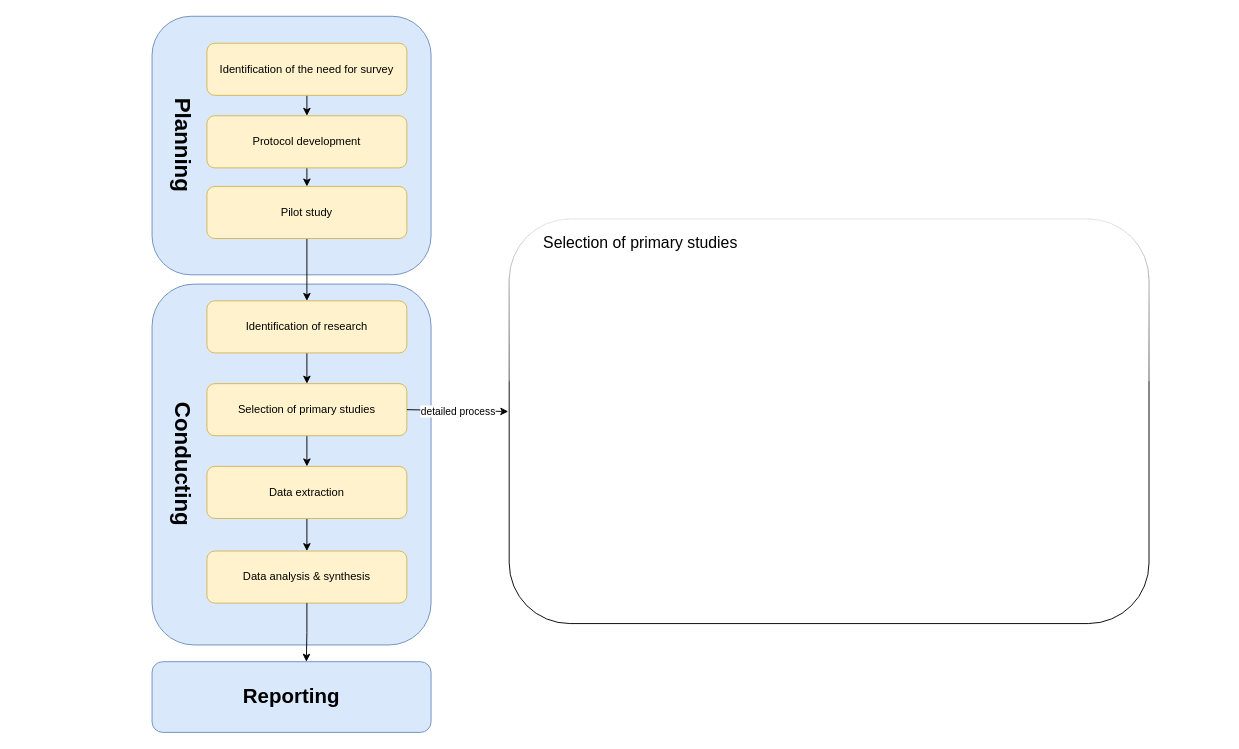
Micright/Lucas-Li keeps this draw.io diagram as Untitled Diagram.drawio. Above is the earlier version. Source tidied: cells renumbered, new cells numbered last; positions are measured from the earlier drawing's top-left corner, leaving out a move shared by most shapes. Both pictures are drawn from the tidied source at 93%, with x=0, y=0 at pixel (152, 16).
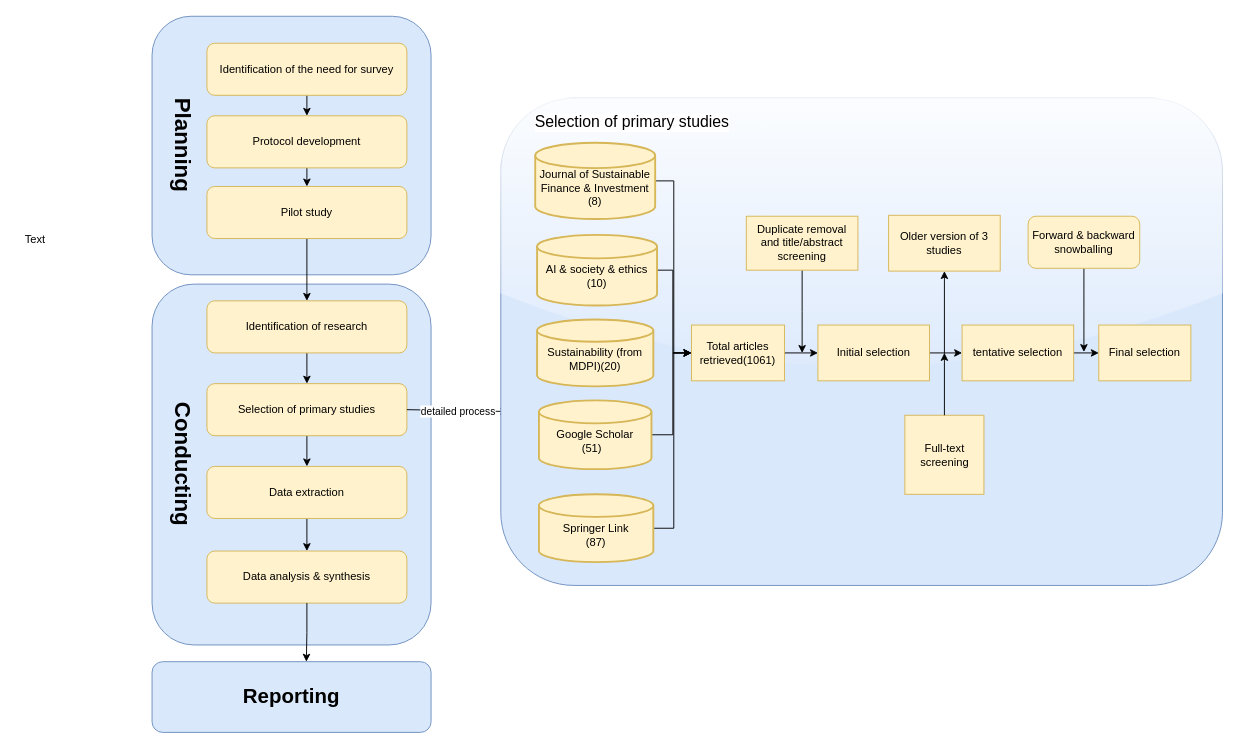
Above is the later version.

Diff of the diagram source:
```diff
@@
-    <mxCell id="21" value="&lt;span&gt;&lt;font style=&quot;font-size: 17px;&quot;&gt;Selection of primary studies&lt;/font&gt;&lt;/span&gt;" style="rounded=1;whiteSpace=wrap;html=1;align=left;glass=1;verticalAlign=top;spacingLeft=35;spacingTop=10;" parent="1" vertex="1">
-      <mxGeometry x="384" y="218" width="688" height="435" as="geometry" />
+    <mxCell id="21" value="&lt;span&gt;&lt;font style=&quot;font-size: 17px;&quot;&gt;Selection of primary studies&lt;/font&gt;&lt;/span&gt;" style="rounded=1;whiteSpace=wrap;html=1;align=left;glass=1;verticalAlign=top;spacingLeft=35;spacingTop=10;labelBackgroundColor=default;fillColor=#dae8fc;strokeColor=#6c8ebf;" parent="1" vertex="1">
+      <mxGeometry x="375" y="88" width="776" height="524" as="geometry" />
     </mxCell>
+    <mxCell id="22" style="edgeStyle=orthogonalEdgeStyle;rounded=0;jettySize=auto;html=1;exitX=1;exitY=0.5;exitDx=0;exitDy=0;exitPerimeter=0;entryX=0;entryY=0.5;entryDx=0;entryDy=0;" parent="1" edge="1" source="23" target="34">
+      <mxGeometry relative="1" as="geometry">
+        <Array as="points">
+          <mxPoint x="560" y="450" />
+          <mxPoint x="560" y="362" />
+        </Array>
+      </mxGeometry>
+    </mxCell>
+    <mxCell id="23" value="&lt;div&gt;&lt;br&gt;&lt;/div&gt;Google Scholar&lt;br&gt;(51)&amp;nbsp;&amp;nbsp;" style="strokeWidth=2;html=1;shape=mxgraph.flowchart.database;whiteSpace=wrap;fillColor=#fff2cc;strokeColor=#d6b656;" parent="1" vertex="1">
+      <mxGeometry x="416" y="413" width="121" height="74" as="geometry" />
+    </mxCell>
+    <mxCell id="24" style="edgeStyle=orthogonalEdgeStyle;rounded=0;jettySize=auto;html=1;exitX=1;exitY=0.5;exitDx=0;exitDy=0;exitPerimeter=0;entryX=0;entryY=0.5;entryDx=0;entryDy=0;" parent="1" edge="1" source="25" target="34">
+      <mxGeometry relative="1" as="geometry">
+        <Array as="points">
+          <mxPoint x="561" y="551" />
+          <mxPoint x="561" y="362" />
+        </Array>
+      </mxGeometry>
+    </mxCell>
+    <mxCell id="25" value="&lt;div&gt;&lt;br&gt;&lt;/div&gt;Springer Link&lt;br&gt;(87)" style="strokeWidth=2;html=1;shape=mxgraph.flowchart.database;whiteSpace=wrap;fillColor=#fff2cc;strokeColor=#d6b656;" parent="1" vertex="1">
+      <mxGeometry x="416" y="514" width="123" height="73" as="geometry" />
+    </mxCell>
+    <mxCell id="26" style="edgeStyle=orthogonalEdgeStyle;rounded=0;jettySize=auto;html=1;exitX=1;exitY=0.5;exitDx=0;exitDy=0;exitPerimeter=0;entryX=0;entryY=0.5;entryDx=0;entryDy=0;" parent="1" edge="1" source="27" target="34">
+      <mxGeometry relative="1" as="geometry">
+        <Array as="points">
+          <mxPoint x="561" y="177" />
+          <mxPoint x="561" y="362" />
+        </Array>
+      </mxGeometry>
+    </mxCell>
+    <mxCell id="27" value="&lt;div&gt;&lt;br&gt;&lt;/div&gt;Journal of Sustainable Finance &amp;amp; Investment&lt;div&gt;(8)&lt;/div&gt;" style="strokeWidth=2;html=1;shape=mxgraph.flowchart.database;whiteSpace=wrap;fillColor=#fff2cc;strokeColor=#d6b656;" parent="1" vertex="1">
+      <mxGeometry x="412" y="136" width="129" height="82" as="geometry" />
+    </mxCell>
+    <mxCell id="28" value="&lt;div&gt;&lt;br&gt;&lt;/div&gt;Sustainability (from MDPI)(20)" style="strokeWidth=2;html=1;shape=mxgraph.flowchart.database;whiteSpace=wrap;fillColor=#fff2cc;strokeColor=#d6b656;" parent="1" vertex="1">
+      <mxGeometry x="414" y="326" width="125" height="72" as="geometry" />
+    </mxCell>
+    <mxCell id="29" style="edgeStyle=orthogonalEdgeStyle;rounded=0;jettySize=auto;html=1;exitX=1;exitY=0.5;exitDx=0;exitDy=0;exitPerimeter=0;entryX=0;entryY=0.5;entryDx=0;entryDy=0;" parent="1" edge="1" source="30" target="34">
+      <mxGeometry relative="1" as="geometry">
+        <Array as="points">
+          <mxPoint x="560" y="273" />
+          <mxPoint x="560" y="362" />
+        </Array>
+      </mxGeometry>
+    </mxCell>
+    <mxCell id="30" value="&lt;div&gt;&lt;br&gt;&lt;/div&gt;AI &amp;amp; society &amp;amp; ethics (10)" style="strokeWidth=2;html=1;shape=mxgraph.flowchart.database;whiteSpace=wrap;fillColor=#fff2cc;strokeColor=#d6b656;" parent="1" vertex="1">
+      <mxGeometry x="414" y="235" width="129" height="76" as="geometry" />
+    </mxCell>
+    <mxCell id="31" value="Text" style="text;html=1;align=center;verticalAlign=middle;strokeColor=none;fillColor=none;" parent="1" vertex="1">
+      <mxGeometry x="-146" y="227" width="40" height="26" as="geometry" />
+    </mxCell>
+    <mxCell id="32" style="edgeStyle=orthogonalEdgeStyle;rounded=0;orthogonalLoop=1;jettySize=auto;html=1;exitX=0.5;exitY=1;exitDx=0;exitDy=0;" parent="1" edge="1" source="21" target="21">
+      <mxGeometry relative="1" as="geometry" />
+    </mxCell>
+    <mxCell id="33" style="edgeStyle=orthogonalEdgeStyle;rounded=0;jettySize=auto;html=1;exitX=1;exitY=0.5;exitDx=0;exitDy=0;entryX=0;entryY=0.5;entryDx=0;entryDy=0;" parent="1" edge="1" source="34" target="36">
+      <mxGeometry relative="1" as="geometry" />
+    </mxCell>
+    <mxCell id="34" value="Total articles retrieved(1061)" style="rounded=0;whiteSpace=wrap;html=1;fillColor=#fff2cc;strokeColor=#d6b656;" parent="1" vertex="1">
+      <mxGeometry x="580" y="332" width="100" height="60" as="geometry" />
+    </mxCell>
+    <mxCell id="35" style="edgeStyle=orthogonalEdgeStyle;rounded=0;jettySize=auto;html=1;exitX=1;exitY=0.5;exitDx=0;exitDy=0;entryX=0;entryY=0.5;entryDx=0;entryDy=0;" parent="1" edge="1" source="36" target="38">
+      <mxGeometry relative="1" as="geometry" />
+    </mxCell>
+    <mxCell id="36" value="Initial selection" style="rounded=0;whiteSpace=wrap;html=1;fillColor=#fff2cc;strokeColor=#d6b656;" parent="1" vertex="1">
+      <mxGeometry x="716" y="332" width="120" height="60" as="geometry" />
+    </mxCell>
+    <mxCell id="37" style="edgeStyle=orthogonalEdgeStyle;rounded=0;jettySize=auto;html=1;exitX=1;exitY=0.5;exitDx=0;exitDy=0;entryX=0;entryY=0.5;entryDx=0;entryDy=0;" parent="1" edge="1" source="38" target="39">
+      <mxGeometry relative="1" as="geometry" />
+    </mxCell>
+    <mxCell id="38" value="tentative selection" style="rounded=0;whiteSpace=wrap;html=1;fillColor=#fff2cc;strokeColor=#d6b656;" parent="1" vertex="1">
+      <mxGeometry x="871" y="332" width="120" height="60" as="geometry" />
+    </mxCell>
+    <mxCell id="39" value="Final selection" style="rounded=0;whiteSpace=wrap;html=1;fillColor=#fff2cc;strokeColor=#d6b656;" parent="1" vertex="1">
+      <mxGeometry x="1018" y="332" width="99" height="60" as="geometry" />
+    </mxCell>
+    <mxCell id="40" style="edgeStyle=orthogonalEdgeStyle;rounded=0;jettySize=auto;html=1;exitX=0.5;exitY=1;exitDx=0;exitDy=0;" parent="1" edge="1" source="41">
+      <mxGeometry relative="1" as="geometry">
+        <mxPoint x="699" y="362" as="targetPoint" />
+      </mxGeometry>
+    </mxCell>
+    <mxCell id="41" value="Duplicate removal and title/abstract screening" style="rounded=0;whiteSpace=wrap;html=1;fillColor=#fff2cc;strokeColor=#d6b656;" parent="1" vertex="1">
+      <mxGeometry x="639" y="215" width="120" height="58" as="geometry" />
+    </mxCell>
+    <mxCell id="42" value="Older version of 3 studies" style="rounded=0;whiteSpace=wrap;html=1;fillColor=#fff2cc;strokeColor=#d6b656;" parent="1" vertex="1">
+      <mxGeometry x="792" y="214" width="120" height="60" as="geometry" />
+    </mxCell>
+    <mxCell id="43" value="Full-text screening" style="whiteSpace=wrap;html=1;fillColor=#fff2cc;strokeColor=#d6b656;" parent="1" vertex="1">
+      <mxGeometry x="809.5" y="429" width="85" height="85" as="geometry" />
+    </mxCell>
+    <mxCell id="44" style="endArrow=classic;html=1;rounded=0;entryX=0.5;entryY=1;entryDx=0;entryDy=0;" parent="1" edge="1" target="42">
+      <mxGeometry relative="1" as="geometry">
+        <mxPoint x="852" y="363" as="sourcePoint" />
+      </mxGeometry>
+    </mxCell>
+    <mxCell id="45" style="endArrow=classic;html=1;rounded=0;exitX=0.5;exitY=0;exitDx=0;exitDy=0;" parent="1" edge="1" source="43">
+      <mxGeometry relative="1" as="geometry">
+        <mxPoint x="852" y="362" as="targetPoint" />
+      </mxGeometry>
+    </mxCell>
+    <mxCell id="46" style="edgeStyle=orthogonalEdgeStyle;rounded=0;jettySize=auto;html=1;exitX=0.5;exitY=1;exitDx=0;exitDy=0;" parent="1" edge="1" source="47">
+      <mxGeometry relative="1" as="geometry">
+        <mxPoint x="1002" y="361" as="targetPoint" />
+      </mxGeometry>
+    </mxCell>
+    <mxCell id="47" value="Forward &amp;amp; backward snowballing" style="rounded=1;whiteSpace=wrap;html=1;fillColor=#fff2cc;strokeColor=#d6b656;" parent="1" vertex="1">
+      <mxGeometry x="942" y="215" width="120" height="56" as="geometry" />
+    </mxCell>
```
